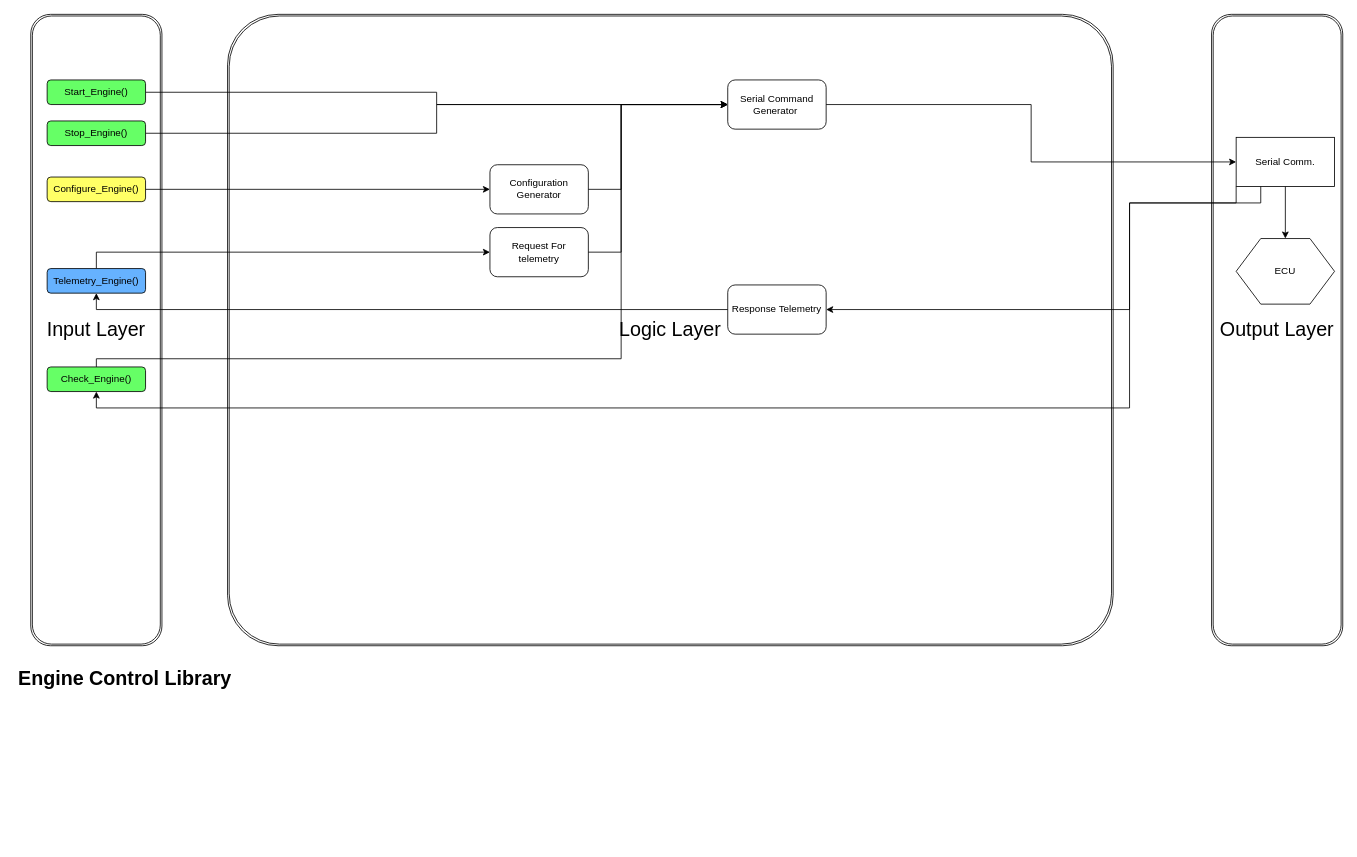
Above: page "Engine Control Library" (9 of 10) of Documentation/Leapfrog_Architecture.drawio in antarikshnarain/ArtemisLeapFrog (draw.io), before the change. Source tidied: cells renumbered, new cells numbered last; positions are measured from the earlier drawing's top-left corner, leaving out a move shared by most shapes. Both pictures are drawn from the tidied source at 82%, with x=0, y=0 at pixel (14, 14).
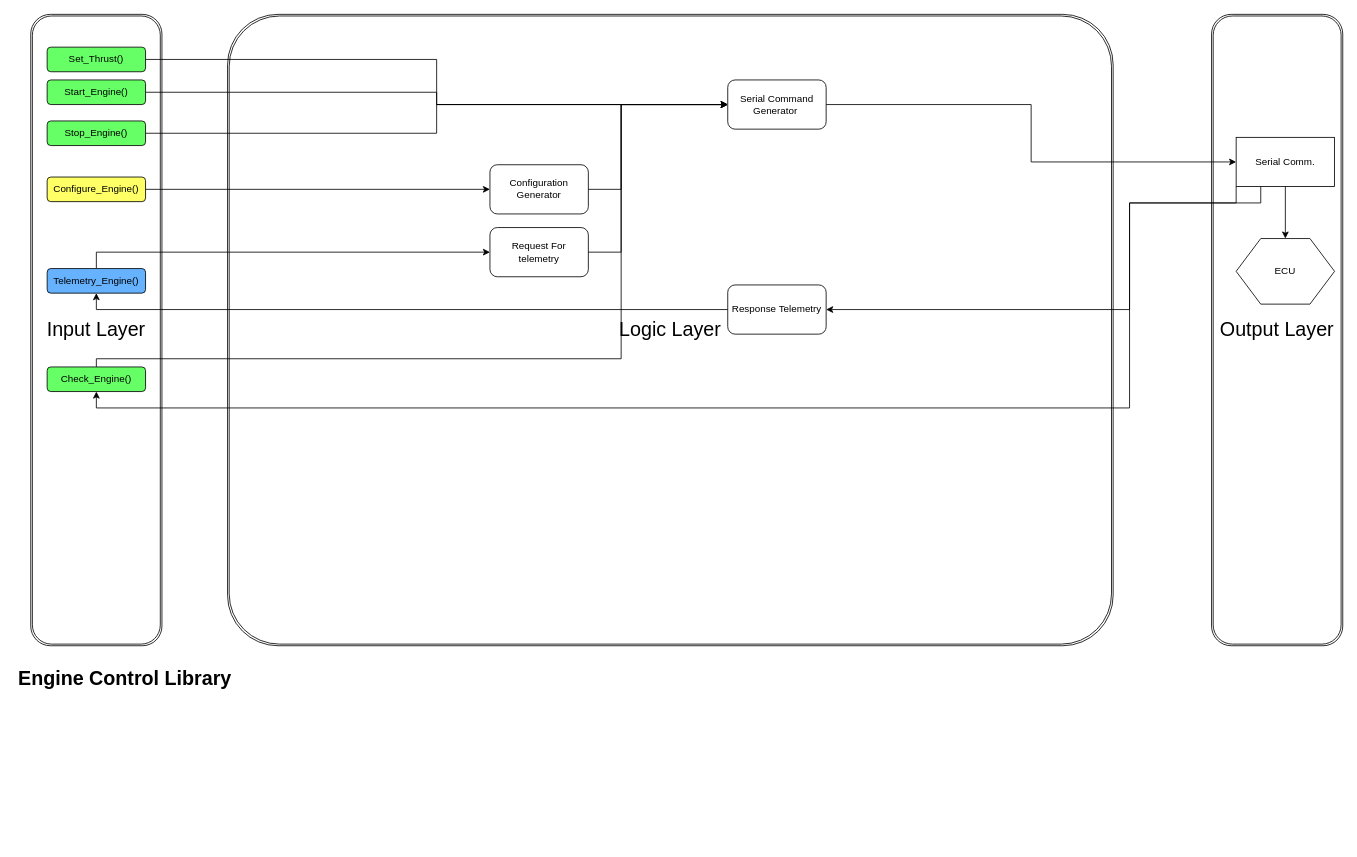
The same page after the edit.

The change refers to these unchanged cells:
```xml
<mxCell id="19" value="Serial Command Generator&amp;nbsp;" style="rounded=1;whiteSpace=wrap;html=1;fillColor=none;" parent="1" vertex="1">
  <mxGeometry x="870" y="80" width="120" height="60" as="geometry" />
</mxCell>
```

Change to the diagram source:
```diff
@@
+    <mxCell id="29" style="edgeStyle=orthogonalEdgeStyle;rounded=0;jettySize=auto;html=1;entryX=0;entryY=0.5;entryDx=0;entryDy=0;" parent="1" edge="1" source="30" target="19">
+      <mxGeometry relative="1" as="geometry" />
+    </mxCell>
+    <mxCell id="30" value="Set_Thrust()" style="rounded=1;whiteSpace=wrap;html=1;fillColor=#66FF66;" parent="1" vertex="1">
+      <mxGeometry x="40" y="40" width="120" height="30" as="geometry" />
+    </mxCell>
```
